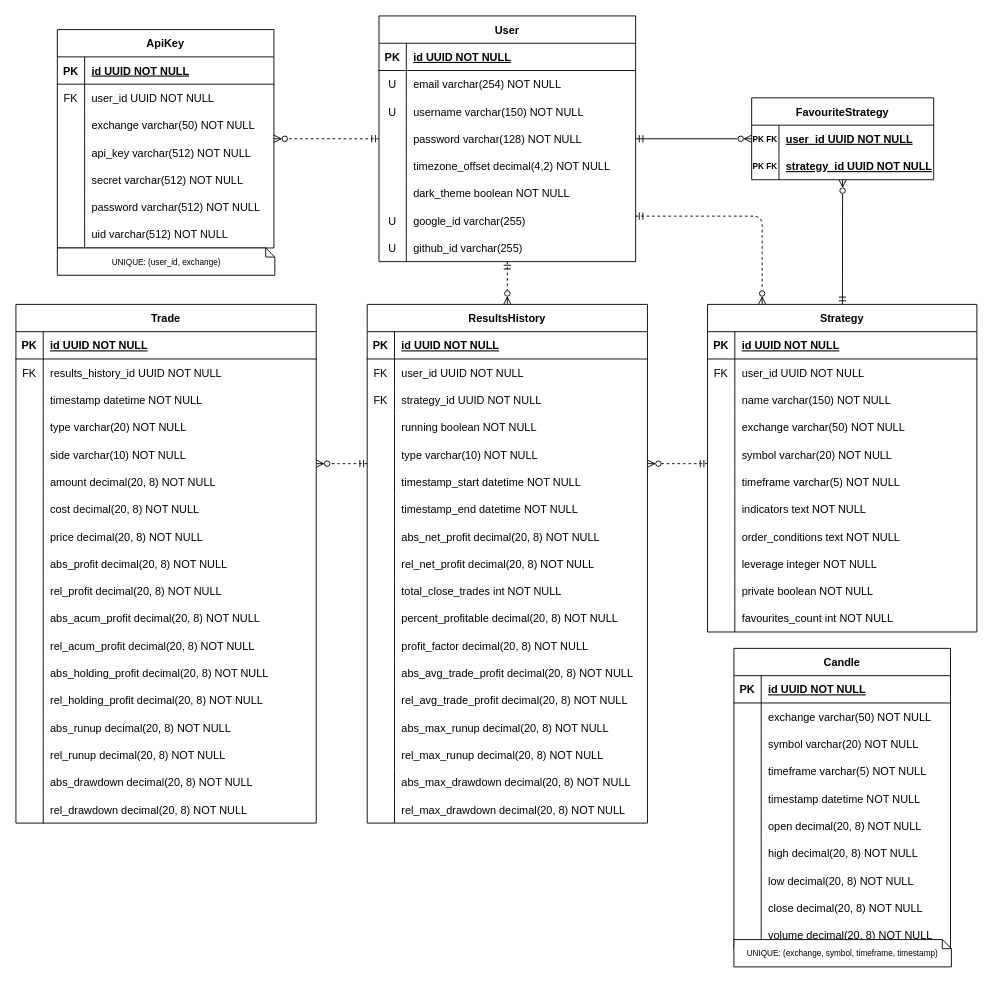
pgr866/Stratify keeps this draw.io diagram as docs/ERD.drawio. Above is the earlier version. Source tidied: cells renumbered, new cells numbered last; positions are measured from the earlier drawing's top-left corner, leaving out a move shared by most shapes. Both pictures are drawn from the tidied source at 91%, with x=0, y=0 at pixel (15, 15).
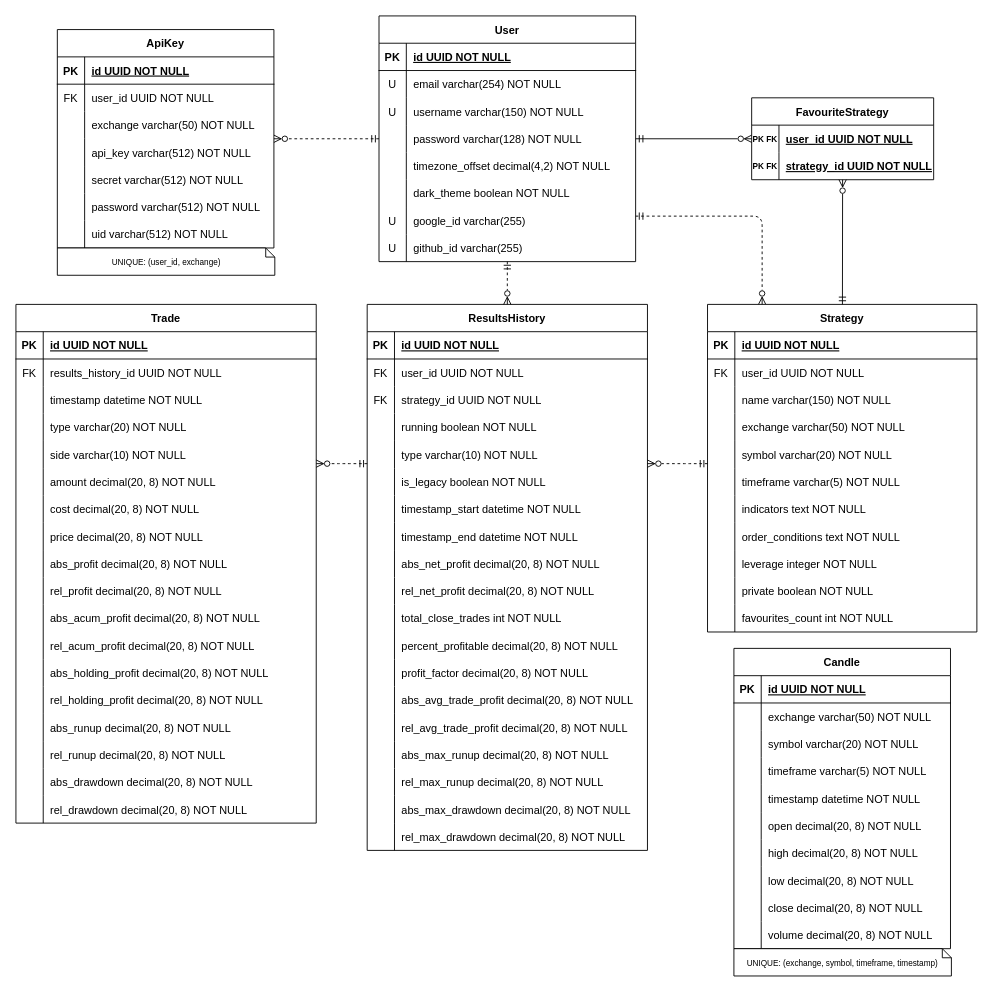
After the change.

What changed in the source:
```diff
@@
     <mxCell id="116" value="ResultsHistory" style="shape=table;startSize=30;childLayout=tableLayout;rowLines=0;fontStyle=1;align=center;" parent="1" vertex="1">
-      <mxGeometry x="386" y="317" width="308" height="570" as="geometry" />
+      <mxGeometry x="386" y="317" width="308" height="600" as="geometry" />
     </mxCell>
@@
+    <mxCell id="240" style="shape=partialRectangle;fillColor=none;top=0;left=0;right=0;bottom=0;" parent="116" vertex="1">
+      <mxGeometry y="180" width="308" height="30" as="geometry" />
+    </mxCell>
+    <mxCell id="241" style="shape=partialRectangle;overflow=hidden;fillColor=none;top=0;left=0;bottom=0;right=0;" parent="240" vertex="1">
+      <mxGeometry width="30" height="30" as="geometry" />
+    </mxCell>
+    <mxCell id="242" value="is_legacy boolean NOT NULL" style="shape=partialRectangle;overflow=hidden;fillColor=none;top=0;left=0;bottom=0;right=0;align=left;spacingLeft=6;" parent="240" vertex="1">
+      <mxGeometry x="30" width="278" height="30" as="geometry" />
+    </mxCell>
     <mxCell id="132" style="shape=partialRectangle;fillColor=none;top=0;left=0;right=0;bottom=0;" parent="116" vertex="1">
-      <mxGeometry y="180" width="308" height="30" as="geometry" />
+      <mxGeometry y="210" width="308" height="30" as="geometry" />
     </mxCell>
@@
     <mxCell id="135" style="shape=partialRectangle;fillColor=none;top=0;left=0;right=0;bottom=0;" parent="116" vertex="1">
-      <mxGeometry y="210" width="308" height="30" as="geometry" />
+      <mxGeometry y="240" width="308" height="30" as="geometry" />
     </mxCell>
@@
     <mxCell id="138" style="shape=partialRectangle;fillColor=none;top=0;left=0;right=0;bottom=0;" parent="116" vertex="1">
-      <mxGeometry y="240" width="308" height="30" as="geometry" />
+      <mxGeometry y="270" width="308" height="30" as="geometry" />
     </mxCell>
@@
     <mxCell id="141" style="shape=partialRectangle;fillColor=none;top=0;left=0;right=0;bottom=0;" parent="116" vertex="1">
-      <mxGeometry y="270" width="308" height="30" as="geometry" />
+      <mxGeometry y="300" width="308" height="30" as="geometry" />
     </mxCell>
@@
     <mxCell id="144" style="shape=partialRectangle;fillColor=none;top=0;left=0;right=0;bottom=0;" parent="116" vertex="1">
-      <mxGeometry y="300" width="308" height="30" as="geometry" />
+      <mxGeometry y="330" width="308" height="30" as="geometry" />
     </mxCell>
@@
     <mxCell id="147" style="shape=partialRectangle;fillColor=none;top=0;left=0;right=0;bottom=0;" parent="116" vertex="1">
-      <mxGeometry y="330" width="308" height="30" as="geometry" />
+      <mxGeometry y="360" width="308" height="30" as="geometry" />
     </mxCell>
@@
     <mxCell id="150" style="shape=partialRectangle;fillColor=none;top=0;left=0;right=0;bottom=0;" parent="116" vertex="1">
-      <mxGeometry y="360" width="308" height="30" as="geometry" />
+      <mxGeometry y="390" width="308" height="30" as="geometry" />
     </mxCell>
@@
     <mxCell id="153" style="shape=partialRectangle;fillColor=none;top=0;left=0;right=0;bottom=0;" parent="116" vertex="1">
-      <mxGeometry y="390" width="308" height="30" as="geometry" />
+      <mxGeometry y="420" width="308" height="30" as="geometry" />
     </mxCell>
@@
     <mxCell id="156" style="shape=partialRectangle;fillColor=none;top=0;left=0;right=0;bottom=0;" parent="116" vertex="1">
-      <mxGeometry y="420" width="308" height="30" as="geometry" />
+      <mxGeometry y="450" width="308" height="30" as="geometry" />
     </mxCell>
@@
     <mxCell id="159" style="shape=partialRectangle;fillColor=none;top=0;left=0;right=0;bottom=0;" parent="116" vertex="1">
-      <mxGeometry y="450" width="308" height="30" as="geometry" />
+      <mxGeometry y="480" width="308" height="30" as="geometry" />
     </mxCell>
@@
     <mxCell id="162" style="shape=partialRectangle;fillColor=none;top=0;left=0;right=0;bottom=0;" parent="116" vertex="1">
-      <mxGeometry y="480" width="308" height="30" as="geometry" />
+      <mxGeometry y="510" width="308" height="30" as="geometry" />
     </mxCell>
@@
     <mxCell id="165" style="shape=partialRectangle;fillColor=none;top=0;left=0;right=0;bottom=0;" parent="116" vertex="1">
-      <mxGeometry y="510" width="308" height="30" as="geometry" />
+      <mxGeometry y="540" width="308" height="30" as="geometry" />
     </mxCell>
@@
     <mxCell id="168" style="shape=partialRectangle;fillColor=none;top=0;left=0;right=0;bottom=0;" parent="116" vertex="1">
-      <mxGeometry y="540" width="308" height="30" as="geometry" />
+      <mxGeometry y="570" width="308" height="30" as="geometry" />
     </mxCell>
@@
     <mxCell id="238" value="&lt;font style=&quot;font-size: 9px;&quot;&gt;UNIQUE: (exchange, symbol, timeframe, timestamp)&lt;/font&gt;" style="shape=note;size=10;whiteSpace=wrap;html=1;" parent="1" vertex="1">
-      <mxGeometry x="789" y="1015" width="239" height="30" as="geometry" />
+      <mxGeometry x="789" y="1025" width="239" height="30" as="geometry" />
     </mxCell>
```
